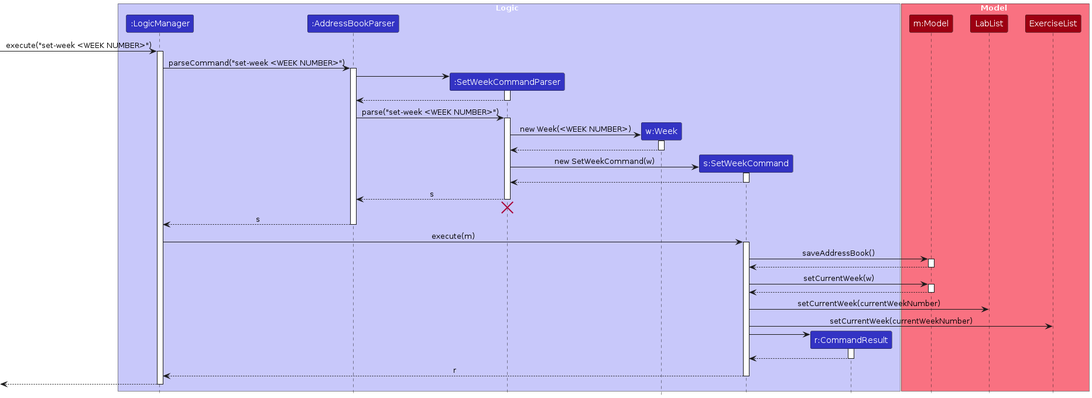
The PlantUML diagram diagrams/set-week/SetWeekSequenceDiagram.png in xwl42/tp, before a commit. Its source is kept beside it as diagrams/set-week/SetWeekSequenceDiagram.puml. Source of this version:
```plantuml
@startuml
!include ../style.puml
skinparam ArrowFontStyle plain

box Logic LOGIC_COLOR_T1
participant ":LogicManager" as LogicManager LOGIC_COLOR
participant ":AddressBookParser" as AddressBookParser LOGIC_COLOR
participant ":SetWeekCommandParser" as SetWeekCommandParser LOGIC_COLOR
participant "w:Week" as Week LOGIC_COLOR
participant "s:SetWeekCommand" as SetWeekCommand LOGIC_COLOR
participant "r:CommandResult" as CommandResult LOGIC_COLOR
end box

box Model MODEL_COLOR_T1
participant "m:Model" as Model MODEL_COLOR
 participant "LabList" as LabList MODEL_COLOR
  participant "ExerciseList" as ExerciseList MODEL_COLOR
end box

[-> LogicManager : execute("set-week <WEEK NUMBER>")
activate LogicManager

LogicManager -> AddressBookParser : parseCommand("set-week <WEEK NUMBER>")
activate AddressBookParser

create SetWeekCommandParser
AddressBookParser -> SetWeekCommandParser
activate SetWeekCommandParser

SetWeekCommandParser --> AddressBookParser
deactivate SetWeekCommandParser

AddressBookParser -> SetWeekCommandParser : parse("set-week <WEEK NUMBER>")
activate SetWeekCommandParser

create Week
SetWeekCommandParser -> Week : new Week(<WEEK NUMBER>)
activate Week

Week --> SetWeekCommandParser
deactivate Week

create SetWeekCommand
SetWeekCommandParser -> SetWeekCommand : new SetWeekCommand(w)
activate SetWeekCommand

SetWeekCommand --> SetWeekCommandParser :
deactivate SetWeekCommand

SetWeekCommandParser --> AddressBookParser : s
deactivate SetWeekCommandParser
SetWeekCommandParser -[hidden]-> AddressBookParser
destroy SetWeekCommandParser

AddressBookParser --> LogicManager : s
deactivate AddressBookParser

LogicManager -> SetWeekCommand : execute(m)
activate SetWeekCommand

SetWeekCommand -> Model : saveAddressBook()
activate Model

Model --> SetWeekCommand
deactivate Model

SetWeekCommand -> Model : setCurrentWeek(w)
activate Model

Model --> SetWeekCommand
deactivate Model

SetWeekCommand -> LabList : setCurrentWeek(currentWeekNumber)
SetWeekCommand -> ExerciseList : setCurrentWeek(currentWeekNumber)

create CommandResult
SetWeekCommand -> CommandResult
activate CommandResult

CommandResult --> SetWeekCommand
deactivate CommandResult

SetWeekCommand --> LogicManager : r
deactivate SetWeekCommand

[<-- LogicManager
deactivate LogicManager
@enduml
```
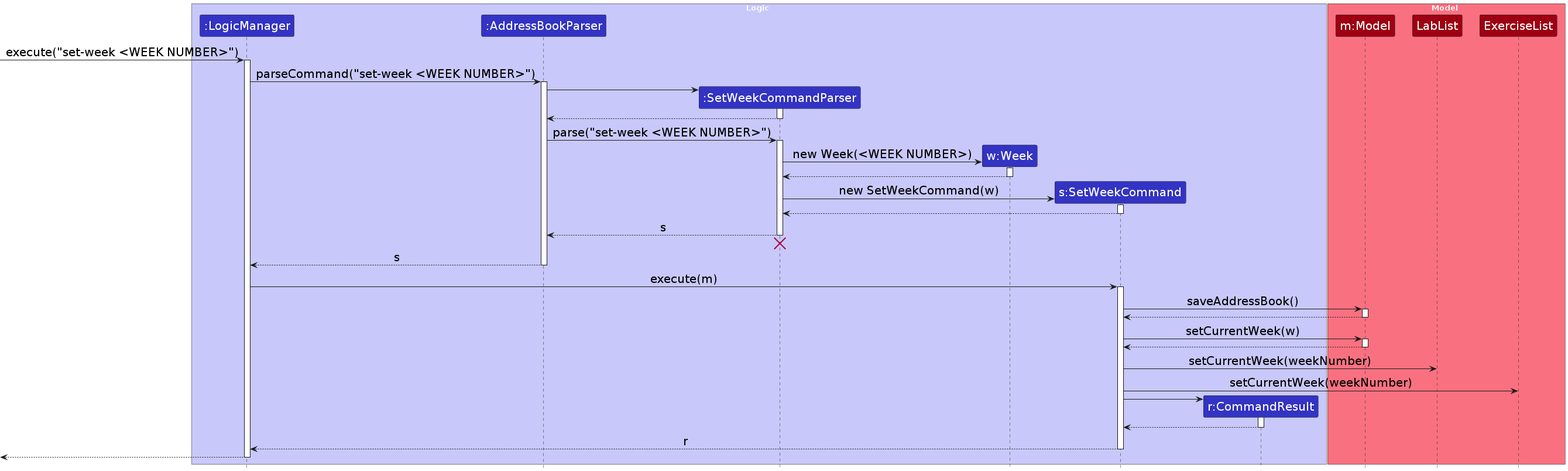
After the change.

What changed in the source:
```diff
@@ -1,6 +1,8 @@
 @startuml
 !include ../style.puml
 skinparam ArrowFontStyle plain
+skinparam sequenceArrowFontSize 20
+skinparam sequenceParticipantFontSize 20
 
 box Logic LOGIC_COLOR_T1
 participant ":LogicManager" as LogicManager LOGIC_COLOR
@@ -70,8 +72,8 @@
 Model --> SetWeekCommand
 deactivate Model
 
-SetWeekCommand -> LabList : setCurrentWeek(currentWeekNumber)
-SetWeekCommand -> ExerciseList : setCurrentWeek(currentWeekNumber)
+SetWeekCommand -> LabList : setCurrentWeek(weekNumber)
+SetWeekCommand -> ExerciseList : setCurrentWeek(weekNumber)
 
 create CommandResult
 SetWeekCommand -> CommandResult
@@ -85,4 +87,5 @@
 
 [<-- LogicManager
 deactivate LogicManager
+
 @enduml
```
